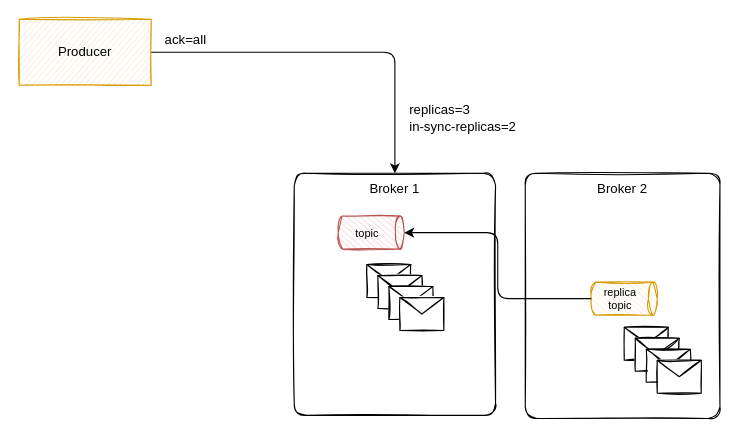
jbcodeforce/eda-studies keeps this draw.io diagram as docs/techno/kafka/diagrams/ack-all.drawio. Above is the earlier version. Source tidied: cells renumbered, new cells numbered last; positions are measured from the earlier drawing's top-left corner, leaving out a move shared by most shapes. Both pictures are drawn from the tidied source at 110%, with x=0, y=0 at pixel (19, 19). Pictures stored in the file or linked from it are replaced by grey dashed boxes.
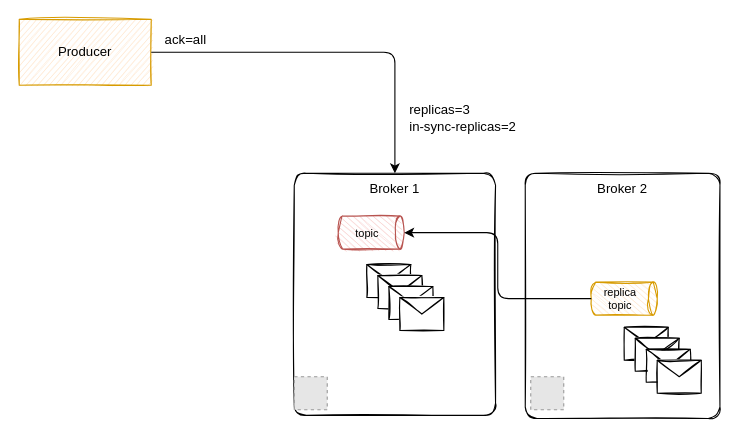
The same page after the edit.

The edit, as a diff of the source:
```diff
@@
+    <mxCell id="56" style="fillColor=#E6E6E6;strokeColor=#999999;dashed=1;verticalLabelPosition=bottom;labelBackgroundColor=default;verticalAlign=top;" parent="1" vertex="1">
+      <mxGeometry x="250" y="325" width="30" height="30" as="geometry" />
+    </mxCell>
+    <mxCell id="57" style="fillColor=#E6E6E6;strokeColor=#999999;dashed=1;verticalLabelPosition=bottom;labelBackgroundColor=default;verticalAlign=top;" parent="1" vertex="1">
+      <mxGeometry x="465" y="325" width="30" height="30" as="geometry" />
+    </mxCell>
```
